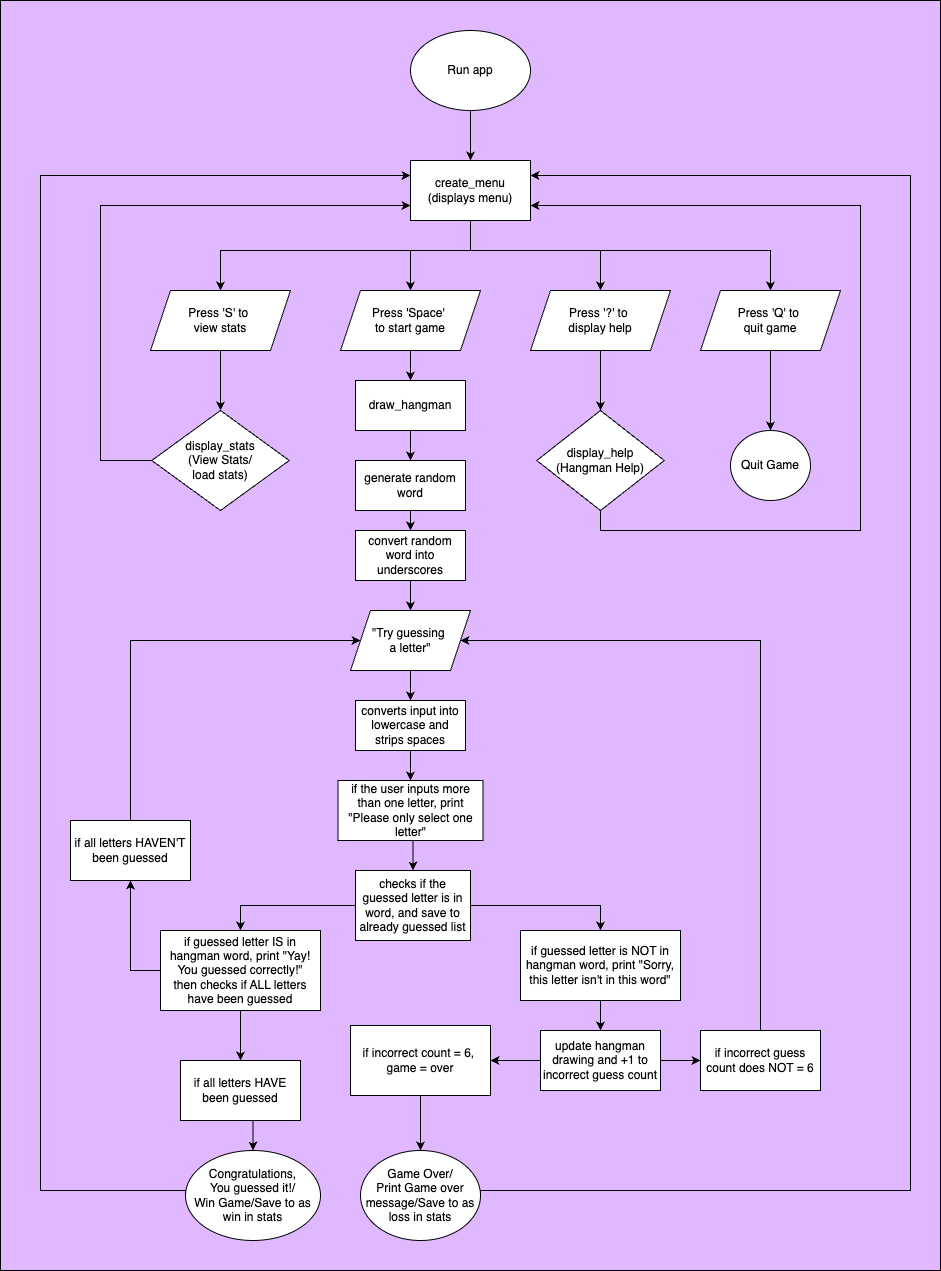
The draw.io diagram docs/Hangman App.drawio.png in k8-g/T1A3-App, before a commit. Source tidied: cells renumbered, new cells last; positions are measured from the earlier drawing's top-left corner, leaving out a move shared by most shapes.
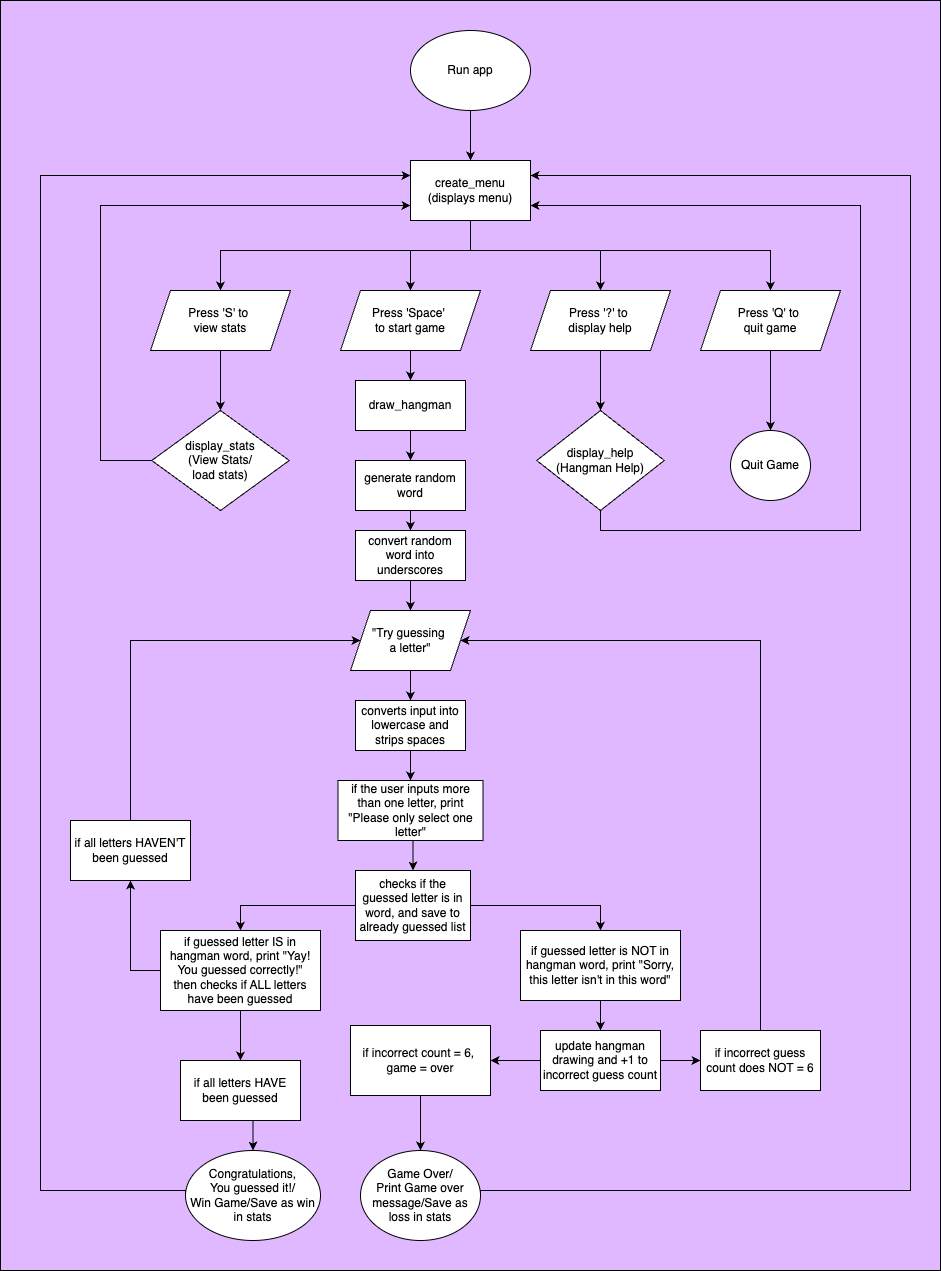
Later version of the same file.

Commit message:
Edited typo on last circles on flowchart

The edit, as a diff of the source:
```diff
@@ -201,7 +201,7 @@
         </Array>
       </mxGeometry>
     </mxCell>
-    <mxCell id="50" value="Game Over/&lt;div&gt;Print Game over message/Save to as loss in stats&lt;/div&gt;" style="ellipse;whiteSpace=wrap;html=1;" parent="1" vertex="1">
+    <mxCell id="50" value="Game Over/&lt;div&gt;Print Game over message/Save as loss in stats&lt;/div&gt;" style="ellipse;whiteSpace=wrap;html=1;" parent="1" vertex="1">
       <mxGeometry x="360" y="1150" width="120" height="90" as="geometry" />
     </mxCell>
     <mxCell id="51" style="edgeStyle=orthogonalEdgeStyle;rounded=0;jettySize=auto;html=1;exitX=0.5;exitY=0;exitDx=0;exitDy=0;entryX=0;entryY=0.5;entryDx=0;entryDy=0;" parent="1" edge="1" source="52" target="29">
@@ -228,7 +228,7 @@
         </Array>
       </mxGeometry>
     </mxCell>
-    <mxCell id="56" value="Congratulations,&lt;div&gt;You guessed it!/&lt;br&gt;Win Game/Save to as win in stats&lt;/div&gt;" style="ellipse;whiteSpace=wrap;html=1;" parent="1" vertex="1">
+    <mxCell id="56" value="Congratulations,&lt;div&gt;You guessed it!/&lt;br&gt;Win Game/Save as win in stats&lt;/div&gt;" style="ellipse;whiteSpace=wrap;html=1;" parent="1" vertex="1">
       <mxGeometry x="185" y="1150" width="135" height="90" as="geometry" />
     </mxCell>
     <mxCell id="57" style="edgeStyle=orthogonalEdgeStyle;rounded=0;jettySize=auto;html=1;exitX=0.5;exitY=1;exitDx=0;exitDy=0;entryX=0.5;entryY=0;entryDx=0;entryDy=0;" parent="1" edge="1" source="13" target="21">
```
